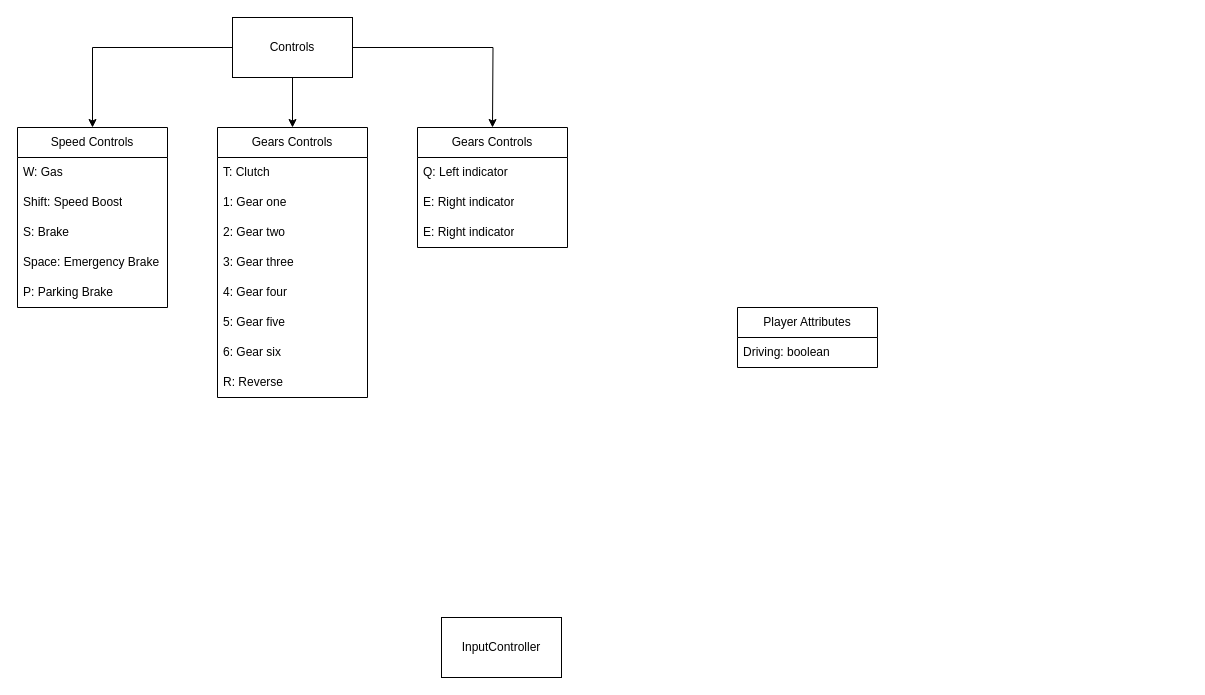
This is Personal/Car System.drawio from olimaly/Diagrams, a draw.io file, before an edit. Source tidied: cells renumbered, new cells numbered last; positions are measured from the earlier drawing's top-left corner, leaving out a move shared by most shapes. Both pictures are drawn from the tidied source at 100%, with x=0, y=0 at pixel (17, 17).
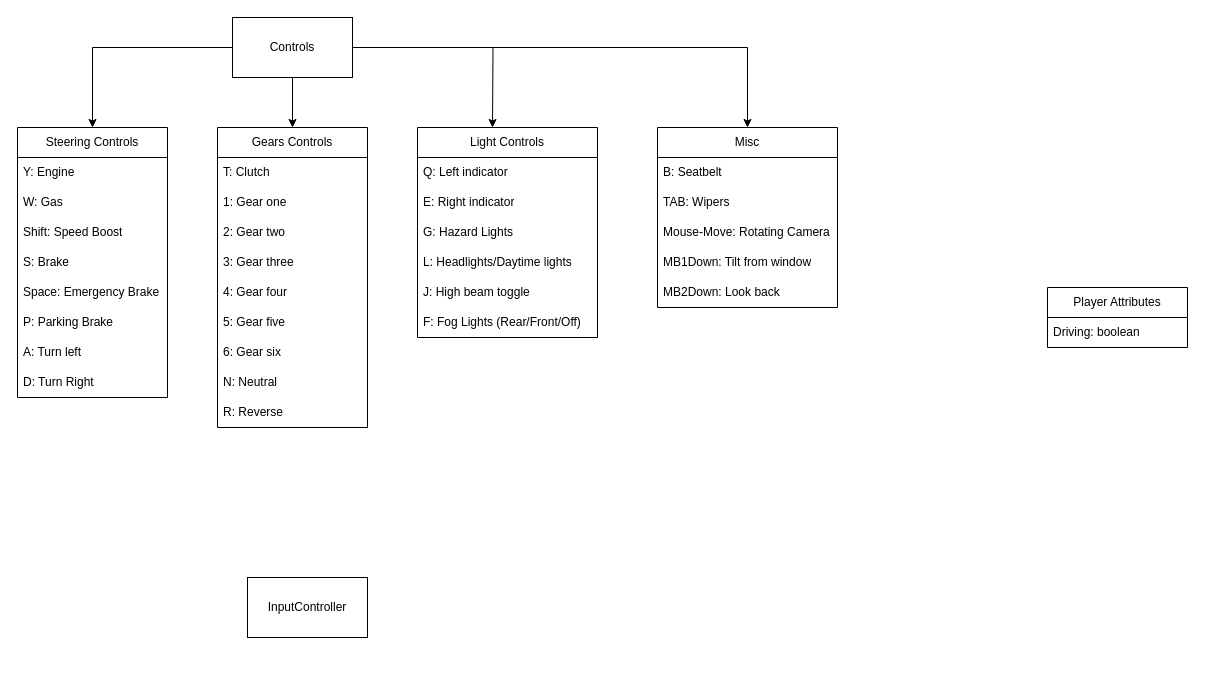
After the change.

Unchanged cells that the change refers to:
```xml
<mxCell id="23" value="Controls" style="rounded=0;whiteSpace=wrap;html=1;" parent="1" vertex="1">
  <mxGeometry x="215" width="120" height="60" as="geometry" />
</mxCell>
```

The edit, as a diff of the source:
```diff
@@
     <mxCell id="2" value="InputController" style="rounded=0;whiteSpace=wrap;html=1;" parent="1" vertex="1">
-      <mxGeometry x="424" y="600" width="120" height="60" as="geometry" />
+      <mxGeometry x="230" y="560" width="120" height="60" as="geometry" />
     </mxCell>
     <mxCell id="3" value="Player Attributes" style="swimlane;fontStyle=0;horizontal=1;startSize=30;whiteSpace=wrap;html=1;" parent="1" vertex="1">
-      <mxGeometry x="720" y="290" width="140" height="60" as="geometry" />
+      <mxGeometry x="1030" y="270" width="140" height="60" as="geometry" />
     </mxCell>
@@
-    <mxCell id="5" value="Speed Controls" style="swimlane;fontStyle=0;horizontal=1;startSize=30;whiteSpace=wrap;html=1;" parent="1" vertex="1">
-      <mxGeometry y="110" width="150" height="180" as="geometry" />
+    <mxCell id="5" value="Steering Controls" style="swimlane;fontStyle=0;horizontal=1;startSize=30;whiteSpace=wrap;html=1;" parent="1" vertex="1">
+      <mxGeometry y="110" width="150" height="270" as="geometry" />
     </mxCell>
+    <mxCell id="28" value="Y: Engine" style="text;strokeColor=none;fillColor=none;align=left;verticalAlign=middle;spacingLeft=4;spacingRight=4;overflow=hidden;whiteSpace=wrap;html=1;" parent="5" vertex="1">
+      <mxGeometry y="30" width="150" height="30" as="geometry" />
+    </mxCell>
     <mxCell id="6" value="W: Gas" style="text;strokeColor=none;fillColor=none;align=left;verticalAlign=middle;spacingLeft=4;spacingRight=4;overflow=hidden;whiteSpace=wrap;html=1;" parent="5" vertex="1">
-      <mxGeometry y="30" width="150" height="30" as="geometry" />
+      <mxGeometry y="60" width="150" height="30" as="geometry" />
     </mxCell>
     <mxCell id="7" value="Shift: Speed Boost" style="text;strokeColor=none;fillColor=none;align=left;verticalAlign=middle;spacingLeft=4;spacingRight=4;overflow=hidden;whiteSpace=wrap;html=1;" parent="5" vertex="1">
-      <mxGeometry y="60" width="150" height="30" as="geometry" />
+      <mxGeometry y="90" width="150" height="30" as="geometry" />
     </mxCell>
     <mxCell id="8" value="S: Brake" style="text;strokeColor=none;fillColor=none;align=left;verticalAlign=middle;spacingLeft=4;spacingRight=4;overflow=hidden;whiteSpace=wrap;html=1;" parent="5" vertex="1">
-      <mxGeometry y="90" width="150" height="30" as="geometry" />
+      <mxGeometry y="120" width="150" height="30" as="geometry" />
     </mxCell>
     <mxCell id="9" value="Space: Emergency Brake" style="text;strokeColor=none;fillColor=none;align=left;verticalAlign=middle;spacingLeft=4;spacingRight=4;overflow=hidden;whiteSpace=wrap;html=1;" parent="5" vertex="1">
-      <mxGeometry y="120" width="150" height="30" as="geometry" />
+      <mxGeometry y="150" width="150" height="30" as="geometry" />
     </mxCell>
     <mxCell id="10" value="P: Parking Brake" style="text;strokeColor=none;fillColor=none;align=left;verticalAlign=middle;spacingLeft=4;spacingRight=4;overflow=hidden;whiteSpace=wrap;html=1;" parent="5" vertex="1">
-      <mxGeometry y="150" width="150" height="30" as="geometry" />
+      <mxGeometry y="180" width="150" height="30" as="geometry" />
     </mxCell>
+    <mxCell id="29" value="A: Turn left" style="text;strokeColor=none;fillColor=none;align=left;verticalAlign=middle;spacingLeft=4;spacingRight=4;overflow=hidden;whiteSpace=wrap;html=1;" parent="5" vertex="1">
+      <mxGeometry y="210" width="150" height="30" as="geometry" />
+    </mxCell>
+    <mxCell id="30" value="D: Turn Right" style="text;strokeColor=none;fillColor=none;align=left;verticalAlign=middle;spacingLeft=4;spacingRight=4;overflow=hidden;whiteSpace=wrap;html=1;" parent="5" vertex="1">
+      <mxGeometry y="240" width="150" height="30" as="geometry" />
+    </mxCell>
     <mxCell id="11" value="Gears Controls" style="swimlane;fontStyle=0;horizontal=1;startSize=30;whiteSpace=wrap;html=1;" parent="1" vertex="1">
-      <mxGeometry x="200" y="110" width="150" height="270" as="geometry" />
+      <mxGeometry x="200" y="110" width="150" height="300" as="geometry" />
     </mxCell>
@@
+    <mxCell id="31" value="N: Neutral" style="text;strokeColor=none;fillColor=none;align=left;verticalAlign=middle;spacingLeft=4;spacingRight=4;overflow=hidden;whiteSpace=wrap;html=1;" parent="11" vertex="1">
+      <mxGeometry y="240" width="150" height="30" as="geometry" />
+    </mxCell>
     <mxCell id="19" value="R: Reverse" style="text;strokeColor=none;fillColor=none;align=left;verticalAlign=middle;spacingLeft=4;spacingRight=4;overflow=hidden;whiteSpace=wrap;html=1;" parent="11" vertex="1">
-      <mxGeometry y="240" width="150" height="30" as="geometry" />
+      <mxGeometry y="270" width="150" height="30" as="geometry" />
     </mxCell>
@@
+    <mxCell id="32" style="edgeStyle=orthogonalEdgeStyle;rounded=0;jettySize=auto;html=1;entryX=0.5;entryY=0;entryDx=0;entryDy=0;" parent="1" edge="1" source="23" target="36">
+      <mxGeometry relative="1" as="geometry" />
+    </mxCell>
@@
-    <mxCell id="24" value="Gears Controls" style="swimlane;fontStyle=0;horizontal=1;startSize=30;whiteSpace=wrap;html=1;" parent="1" vertex="1">
-      <mxGeometry x="400" y="110" width="150" height="120" as="geometry" />
+    <mxCell id="24" value="Light Controls" style="swimlane;fontStyle=0;horizontal=1;startSize=30;whiteSpace=wrap;html=1;" parent="1" vertex="1">
+      <mxGeometry x="400" y="110" width="180" height="210" as="geometry" />
     </mxCell>
     <mxCell id="25" value="Q: Left indicator" style="text;strokeColor=none;fillColor=none;align=left;verticalAlign=middle;spacingLeft=4;spacingRight=4;overflow=hidden;whiteSpace=wrap;html=1;" parent="24" vertex="1">
-      <mxGeometry y="30" width="150" height="30" as="geometry" />
+      <mxGeometry y="30" width="180" height="30" as="geometry" />
     </mxCell>
     <mxCell id="26" value="E: Right indicator" style="text;strokeColor=none;fillColor=none;align=left;verticalAlign=middle;spacingLeft=4;spacingRight=4;overflow=hidden;whiteSpace=wrap;html=1;" parent="24" vertex="1">
-      <mxGeometry y="60" width="150" height="30" as="geometry" />
+      <mxGeometry y="60" width="180" height="30" as="geometry" />
     </mxCell>
+    <mxCell id="33" value="G: Hazard Lights" style="text;strokeColor=none;fillColor=none;align=left;verticalAlign=middle;spacingLeft=4;spacingRight=4;overflow=hidden;whiteSpace=wrap;html=1;" parent="24" vertex="1">
+      <mxGeometry y="90" width="180" height="30" as="geometry" />
+    </mxCell>
-    <mxCell id="27" value="E: Right indicator" style="text;strokeColor=none;fillColor=none;align=left;verticalAlign=middle;spacingLeft=4;spacingRight=4;overflow=hidden;whiteSpace=wrap;html=1;" parent="24" vertex="1">
-      <mxGeometry y="90" width="150" height="30" as="geometry" />
+    <mxCell id="27" value="L: Headlights/Daytime lights" style="text;strokeColor=none;fillColor=none;align=left;verticalAlign=middle;spacingLeft=4;spacingRight=4;overflow=hidden;whiteSpace=wrap;html=1;" parent="24" vertex="1">
+      <mxGeometry y="120" width="180" height="30" as="geometry" />
     </mxCell>
+    <mxCell id="34" value="J: High beam toggle" style="text;strokeColor=none;fillColor=none;align=left;verticalAlign=middle;spacingLeft=4;spacingRight=4;overflow=hidden;whiteSpace=wrap;html=1;" parent="24" vertex="1">
+      <mxGeometry y="150" width="180" height="30" as="geometry" />
+    </mxCell>
+    <mxCell id="35" value="F: Fog Lights (Rear/Front/Off)" style="text;strokeColor=none;fillColor=none;align=left;verticalAlign=middle;spacingLeft=4;spacingRight=4;overflow=hidden;whiteSpace=wrap;html=1;" parent="24" vertex="1">
+      <mxGeometry y="180" width="180" height="30" as="geometry" />
+    </mxCell>
+    <mxCell id="36" value="Misc" style="swimlane;fontStyle=0;horizontal=1;startSize=30;whiteSpace=wrap;html=1;" parent="1" vertex="1">
+      <mxGeometry x="640" y="110" width="180" height="180" as="geometry" />
+    </mxCell>
+    <mxCell id="37" value="B: Seatbelt" style="text;strokeColor=none;fillColor=none;align=left;verticalAlign=middle;spacingLeft=4;spacingRight=4;overflow=hidden;whiteSpace=wrap;html=1;" parent="36" vertex="1">
+      <mxGeometry y="30" width="180" height="30" as="geometry" />
+    </mxCell>
+    <mxCell id="38" value="TAB: Wipers" style="text;strokeColor=none;fillColor=none;align=left;verticalAlign=middle;spacingLeft=4;spacingRight=4;overflow=hidden;whiteSpace=wrap;html=1;" parent="36" vertex="1">
+      <mxGeometry y="60" width="180" height="30" as="geometry" />
+    </mxCell>
+    <mxCell id="39" value="Mouse-Move: Rotating Camera" style="text;strokeColor=none;fillColor=none;align=left;verticalAlign=middle;spacingLeft=4;spacingRight=4;overflow=hidden;whiteSpace=wrap;html=1;" parent="36" vertex="1">
+      <mxGeometry y="90" width="180" height="30" as="geometry" />
+    </mxCell>
+    <mxCell id="40" value="MB1Down: Tilt from window" style="text;strokeColor=none;fillColor=none;align=left;verticalAlign=middle;spacingLeft=4;spacingRight=4;overflow=hidden;whiteSpace=wrap;html=1;" parent="36" vertex="1">
+      <mxGeometry y="120" width="180" height="30" as="geometry" />
+    </mxCell>
+    <mxCell id="41" value="MB2Down: Look back" style="text;strokeColor=none;fillColor=none;align=left;verticalAlign=middle;spacingLeft=4;spacingRight=4;overflow=hidden;whiteSpace=wrap;html=1;" parent="36" vertex="1">
+      <mxGeometry y="150" width="180" height="30" as="geometry" />
+    </mxCell>
```
